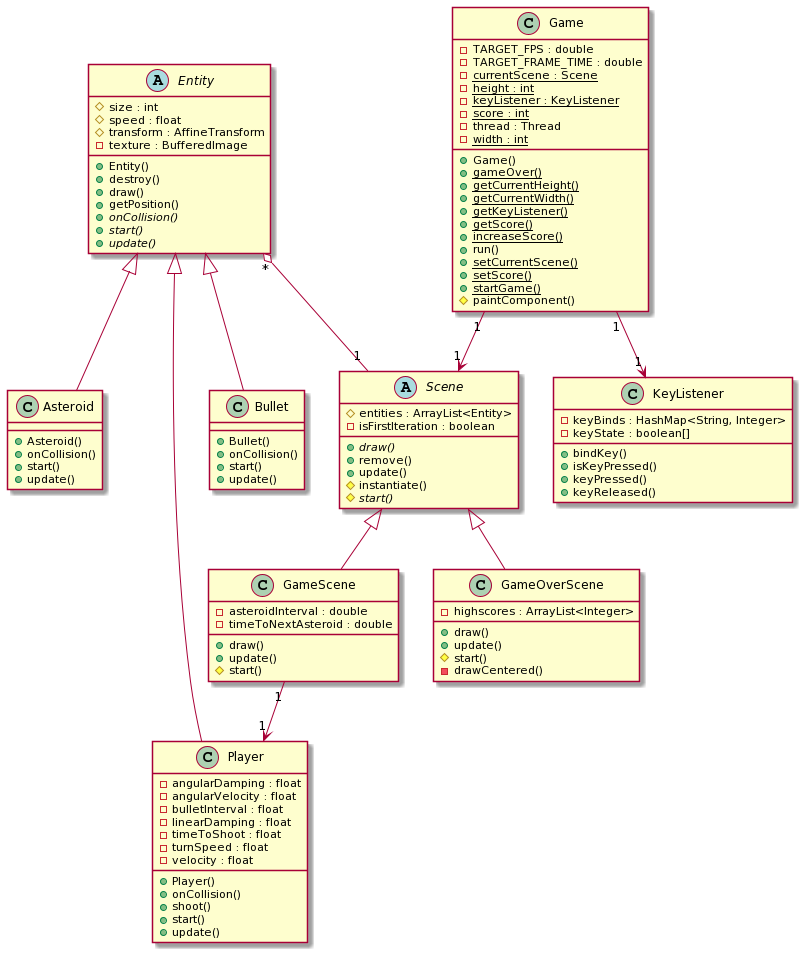
The PlantUML diagram diagramauml.png in brennop/rocks, before a commit.
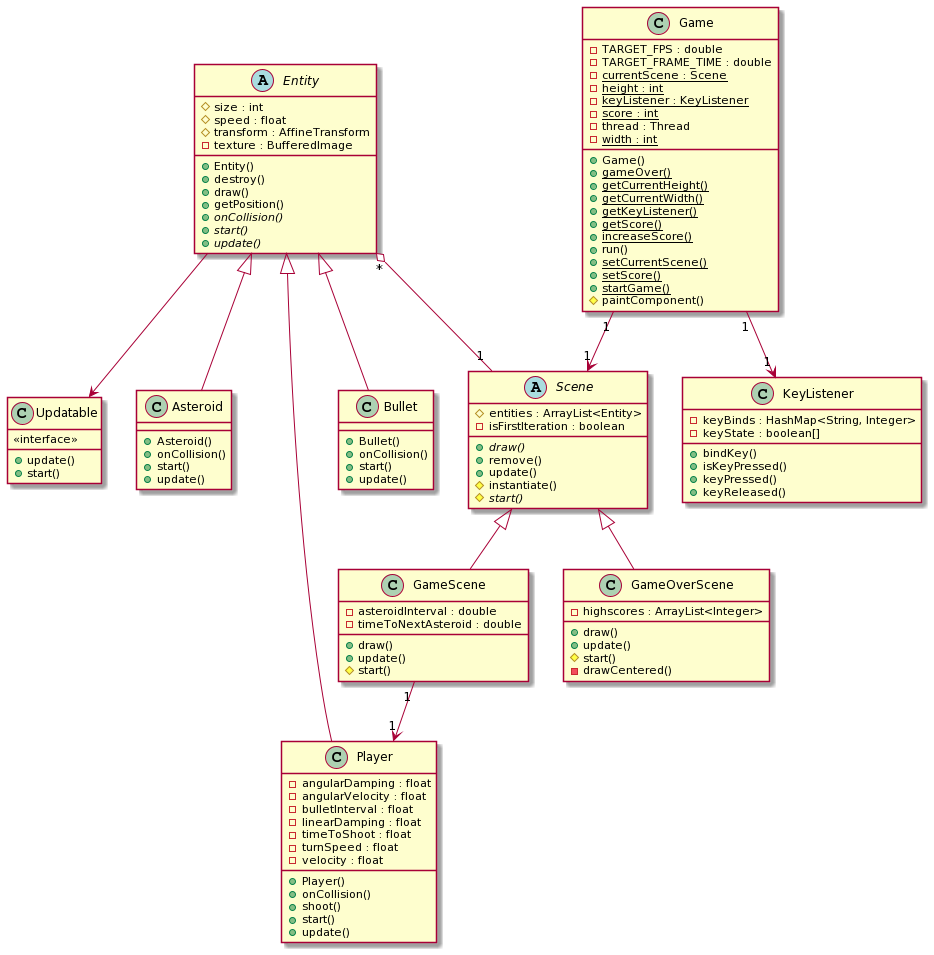
After the change.

Commit message:
atualiza diagrama

The edit, as a diff of the source:
```diff
@@ -33,8 +33,11 @@
         {abstract} + update()
     }
 
-
-
+    class Updatable {
+        <<interface>>
+        + update()
+        + start()
+    }
 
     class Game {
         - TARGET_FPS : double
@@ -129,4 +132,5 @@
   Game "1" --> "1" KeyListener
   Game "1" --> "1" Scene
   GameScene "1" --> "1" Player
+  Entity --> Updatable
 @enduml
```
